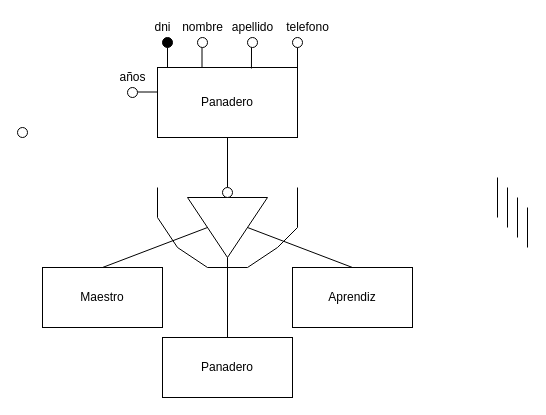
This is Panaderia.drawio from Plumiskateeer/RepPersonal, a draw.io file, before an edit. Source tidied: cells renumbered, new cells numbered last; positions are measured from the earlier drawing's top-left corner, leaving out a move shared by most shapes. Both pictures are drawn from the tidied source at 100%, with x=0, y=0 at pixel (17, 17).
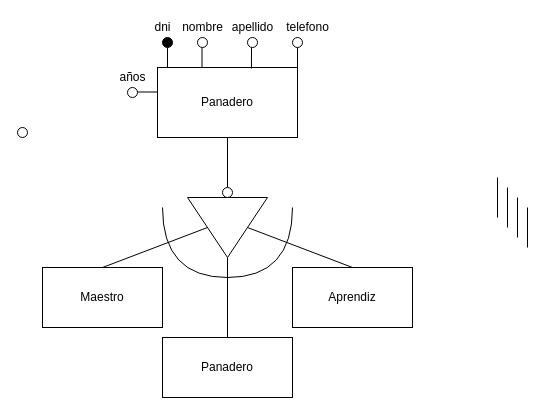
The same diagram, later.

What changed in the source:
```diff
@@
-    <mxCell id="12" style="endArrow=none;html=1;rounded=0;" parent="1" edge="1">
-      <mxGeometry relative="1" as="geometry">
-        <mxPoint x="140" y="170" as="sourcePoint" />
-        <mxPoint x="280" y="170" as="targetPoint" />
-        <Array as="points">
-          <mxPoint x="140" y="200" />
-          <mxPoint x="160" y="230" />
-          <mxPoint x="190" y="250" />
-          <mxPoint x="210" y="250" />
-          <mxPoint x="230" y="250" />
-          <mxPoint x="260" y="230" />
-          <mxPoint x="280" y="210" />
-        </Array>
-      </mxGeometry>
-    </mxCell>
@@
+    <mxCell id="34" style="shape=requiredInterface;html=1;verticalLabelPosition=bottom;sketch=0;rotation=90;" parent="1" vertex="1">
+      <mxGeometry x="175" y="160" width="70" height="130" as="geometry" />
+    </mxCell>
```
